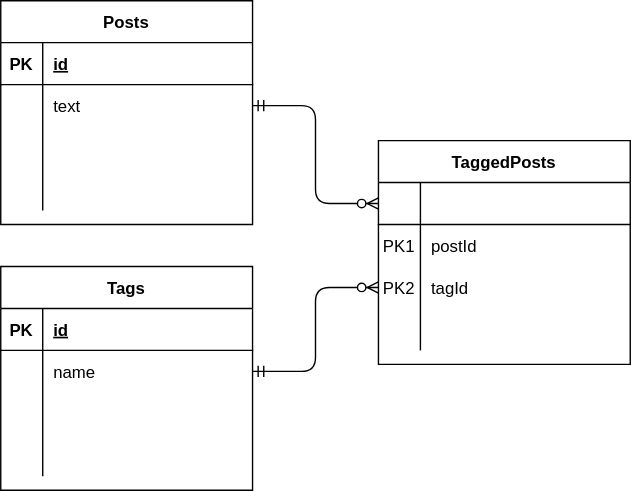
This is 22/answer.drawio.svg from tomoya3178/praha-challenge, a draw.io export, as it was before one commit. Source tidied: cells renumbered, new cells last; positions are measured from the earlier drawing's top-left corner, leaving out a move shared by most shapes.
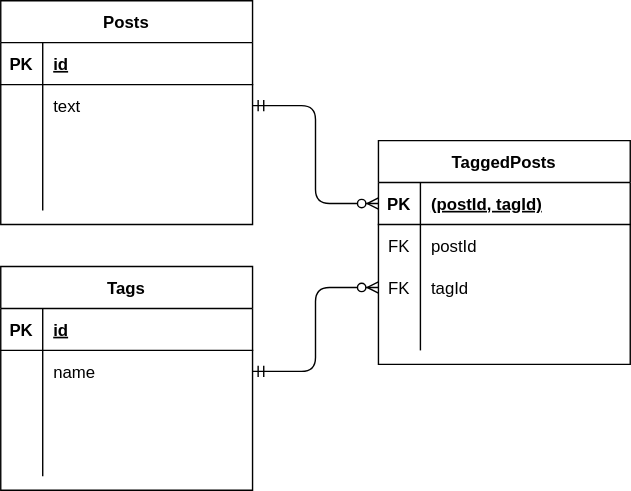
After the commit.

What changed in the source:
```diff
@@ -8,16 +8,16 @@
     <mxCell id="3" style="shape=partialRectangle;fillColor=none;top=0;left=0;bottom=1;right=0;points=[[0,0.5],[1,0.5]];portConstraint=eastwest;fontColor=#000000;" parent="2" vertex="1">
       <mxGeometry y="30" width="180" height="30" as="geometry" />
     </mxCell>
-    <mxCell id="4" style="shape=partialRectangle;fillColor=none;top=0;left=0;bottom=0;right=0;fontStyle=1;overflow=hidden;fontColor=#000000;" parent="3" vertex="1">
+    <mxCell id="4" value="PK" style="shape=partialRectangle;fillColor=none;top=0;left=0;bottom=0;right=0;fontStyle=1;overflow=hidden;fontColor=#000000;" parent="3" vertex="1">
       <mxGeometry width="30" height="30" as="geometry" />
     </mxCell>
-    <mxCell id="5" style="shape=partialRectangle;fillColor=none;top=0;left=0;bottom=0;right=0;align=left;spacingLeft=6;fontStyle=5;overflow=hidden;fontColor=#000000;" parent="3" vertex="1">
+    <mxCell id="5" value="(postId, tagId)" style="shape=partialRectangle;fillColor=none;top=0;left=0;bottom=0;right=0;align=left;spacingLeft=6;fontStyle=5;overflow=hidden;fontColor=#000000;" parent="3" vertex="1">
       <mxGeometry x="30" width="150" height="30" as="geometry" />
     </mxCell>
     <mxCell id="6" style="shape=partialRectangle;fillColor=none;top=0;left=0;bottom=0;right=0;fontColor=#000000;" parent="2" vertex="1">
       <mxGeometry y="60" width="180" height="30" as="geometry" />
     </mxCell>
-    <mxCell id="7" value="PK1" style="shape=partialRectangle;fillColor=none;top=0;left=0;bottom=0;right=0;overflow=hidden;fontColor=#000000;" parent="6" vertex="1">
+    <mxCell id="7" value="FK" style="shape=partialRectangle;fillColor=none;top=0;left=0;bottom=0;right=0;overflow=hidden;fontColor=#000000;" parent="6" vertex="1">
       <mxGeometry width="30" height="30" as="geometry" />
     </mxCell>
     <mxCell id="8" value="postId" style="shape=partialRectangle;fillColor=none;top=0;left=0;bottom=0;right=0;align=left;spacingLeft=6;overflow=hidden;fontColor=#000000;" parent="6" vertex="1">
@@ -26,7 +26,7 @@
     <mxCell id="9" style="shape=partialRectangle;fillColor=none;top=0;left=0;bottom=0;right=0;points=[[0,0.5],[1,0.5]];portConstraint=eastwest;fontColor=#000000;" parent="2" vertex="1">
       <mxGeometry y="90" width="180" height="30" as="geometry" />
     </mxCell>
-    <mxCell id="10" value="PK2" style="shape=partialRectangle;fillColor=none;top=0;left=0;bottom=0;right=0;overflow=hidden;fontColor=#000000;" parent="9" vertex="1">
+    <mxCell id="10" value="FK" style="shape=partialRectangle;fillColor=none;top=0;left=0;bottom=0;right=0;overflow=hidden;fontColor=#000000;" parent="9" vertex="1">
       <mxGeometry width="30" height="30" as="geometry" />
     </mxCell>
     <mxCell id="11" value="tagId" style="shape=partialRectangle;fillColor=none;top=0;left=0;bottom=0;right=0;align=left;spacingLeft=6;overflow=hidden;fontColor=#000000;" parent="9" vertex="1">
```
